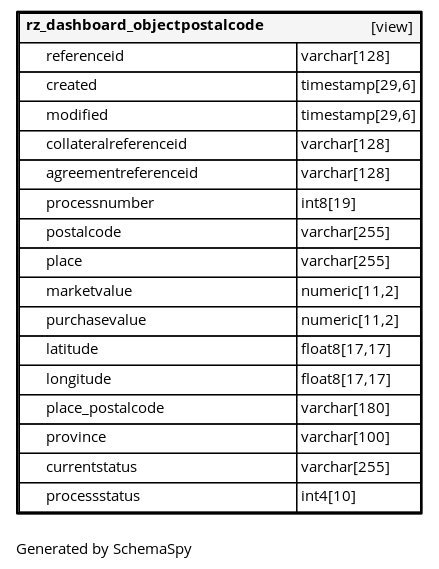
Before: db_standardzone_version01/diagrams/tables/rz_dashboard_objectpostalcode.1degree.png, a diagram exported from Graphviz (fyndoo/fyndoo.github.io). Its source is kept beside it as db_standardzone_version01/diagrams/tables/rz_dashboard_objectpostalcode.1degree.dot. Its diagram source:
```dot
digraph "oneDegreeRelationshipsDiagram" {
  graph [
    rankdir="RL"
    bgcolor="#ffffff"
    label="\nGenerated by SchemaSpy"
    labeljust="l"
    nodesep="0.18"
    ranksep="0.46"
    fontname="Helvetica"
    fontsize="11"
    ration="compress"
  ];
  node [
    fontname="Helvetica"
    fontsize="11"
    shape="plaintext"
  ];
  edge [
    arrowsize="0.8"
  ];
  "rz_dashboard_objectpostalcode" [
   label=<
    <TABLE BORDER="2" CELLBORDER="1" CELLSPACING="0" BGCOLOR="#ffffff">
      <TR><TD COLSPAN="4"  BGCOLOR="#f5f5f5"><TABLE BORDER="0" CELLSPACING="0"><TR><TD ALIGN="LEFT" FIXEDSIZE="TRUE" WIDTH="187" HEIGHT="16"><B>rz_dashboard_objectpostalcode</B></TD><TD ALIGN="RIGHT">[view]</TD></TR></TABLE></TD></TR>
      <TR><TD PORT="referenceid" COLSPAN="2" ALIGN="LEFT"><TABLE BORDER="0" CELLSPACING="0" ALIGN="LEFT"><TR ALIGN="LEFT"><TD ALIGN="LEFT" FIXEDSIZE="TRUE" WIDTH="15" HEIGHT="16"></TD><TD ALIGN="LEFT" FIXEDSIZE="TRUE" WIDTH="187" HEIGHT="16">referenceid</TD></TR></TABLE></TD><TD PORT="referenceid.type" ALIGN="LEFT">varchar[128]</TD></TR>
      <TR><TD PORT="created" COLSPAN="2" ALIGN="LEFT"><TABLE BORDER="0" CELLSPACING="0" ALIGN="LEFT"><TR ALIGN="LEFT"><TD ALIGN="LEFT" FIXEDSIZE="TRUE" WIDTH="15" HEIGHT="16"></TD><TD ALIGN="LEFT" FIXEDSIZE="TRUE" WIDTH="187" HEIGHT="16">created</TD></TR></TABLE></TD><TD PORT="created.type" ALIGN="LEFT">timestamp[29,6]</TD></TR>
      <TR><TD PORT="modified" COLSPAN="2" ALIGN="LEFT"><TABLE BORDER="0" CELLSPACING="0" ALIGN="LEFT"><TR ALIGN="LEFT"><TD ALIGN="LEFT" FIXEDSIZE="TRUE" WIDTH="15" HEIGHT="16"></TD><TD ALIGN="LEFT" FIXEDSIZE="TRUE" WIDTH="187" HEIGHT="16">modified</TD></TR></TABLE></TD><TD PORT="modified.type" ALIGN="LEFT">timestamp[29,6]</TD></TR>
      <TR><TD PORT="collateralreferenceid" COLSPAN="2" ALIGN="LEFT"><TABLE BORDER="0" CELLSPACING="0" ALIGN="LEFT"><TR ALIGN="LEFT"><TD ALIGN="LEFT" FIXEDSIZE="TRUE" WIDTH="15" HEIGHT="16"></TD><TD ALIGN="LEFT" FIXEDSIZE="TRUE" WIDTH="187" HEIGHT="16">collateralreferenceid</TD></TR></TABLE></TD><TD PORT="collateralreferenceid.type" ALIGN="LEFT">varchar[128]</TD></TR>
      <TR><TD PORT="agreementreferenceid" COLSPAN="2" ALIGN="LEFT"><TABLE BORDER="0" CELLSPACING="0" ALIGN="LEFT"><TR ALIGN="LEFT"><TD ALIGN="LEFT" FIXEDSIZE="TRUE" WIDTH="15" HEIGHT="16"></TD><TD ALIGN="LEFT" FIXEDSIZE="TRUE" WIDTH="187" HEIGHT="16">agreementreferenceid</TD></TR></TABLE></TD><TD PORT="agreementreferenceid.type" ALIGN="LEFT">varchar[128]</TD></TR>
      <TR><TD PORT="processnumber" COLSPAN="2" ALIGN="LEFT"><TABLE BORDER="0" CELLSPACING="0" ALIGN="LEFT"><TR ALIGN="LEFT"><TD ALIGN="LEFT" FIXEDSIZE="TRUE" WIDTH="15" HEIGHT="16"></TD><TD ALIGN="LEFT" FIXEDSIZE="TRUE" WIDTH="187" HEIGHT="16">processnumber</TD></TR></TABLE></TD><TD PORT="processnumber.type" ALIGN="LEFT">int8[19]</TD></TR>
      <TR><TD PORT="postalcode" COLSPAN="2" ALIGN="LEFT"><TABLE BORDER="0" CELLSPACING="0" ALIGN="LEFT"><TR ALIGN="LEFT"><TD ALIGN="LEFT" FIXEDSIZE="TRUE" WIDTH="15" HEIGHT="16"></TD><TD ALIGN="LEFT" FIXEDSIZE="TRUE" WIDTH="187" HEIGHT="16">postalcode</TD></TR></TABLE></TD><TD PORT="postalcode.type" ALIGN="LEFT">varchar[255]</TD></TR>
      <TR><TD PORT="place" COLSPAN="2" ALIGN="LEFT"><TABLE BORDER="0" CELLSPACING="0" ALIGN="LEFT"><TR ALIGN="LEFT"><TD ALIGN="LEFT" FIXEDSIZE="TRUE" WIDTH="15" HEIGHT="16"></TD><TD ALIGN="LEFT" FIXEDSIZE="TRUE" WIDTH="187" HEIGHT="16">place</TD></TR></TABLE></TD><TD PORT="place.type" ALIGN="LEFT">varchar[255]</TD></TR>
      <TR><TD PORT="marketvalue" COLSPAN="2" ALIGN="LEFT"><TABLE BORDER="0" CELLSPACING="0" ALIGN="LEFT"><TR ALIGN="LEFT"><TD ALIGN="LEFT" FIXEDSIZE="TRUE" WIDTH="15" HEIGHT="16"></TD><TD ALIGN="LEFT" FIXEDSIZE="TRUE" WIDTH="187" HEIGHT="16">marketvalue</TD></TR></TABLE></TD><TD PORT="marketvalue.type" ALIGN="LEFT">numeric[11,2]</TD></TR>
      <TR><TD PORT="purchasevalue" COLSPAN="2" ALIGN="LEFT"><TABLE BORDER="0" CELLSPACING="0" ALIGN="LEFT"><TR ALIGN="LEFT"><TD ALIGN="LEFT" FIXEDSIZE="TRUE" WIDTH="15" HEIGHT="16"></TD><TD ALIGN="LEFT" FIXEDSIZE="TRUE" WIDTH="187" HEIGHT="16">purchasevalue</TD></TR></TABLE></TD><TD PORT="purchasevalue.type" ALIGN="LEFT">numeric[11,2]</TD></TR>
      <TR><TD PORT="latitude" COLSPAN="2" ALIGN="LEFT"><TABLE BORDER="0" CELLSPACING="0" ALIGN="LEFT"><TR ALIGN="LEFT"><TD ALIGN="LEFT" FIXEDSIZE="TRUE" WIDTH="15" HEIGHT="16"></TD><TD ALIGN="LEFT" FIXEDSIZE="TRUE" WIDTH="187" HEIGHT="16">latitude</TD></TR></TABLE></TD><TD PORT="latitude.type" ALIGN="LEFT">float8[17,17]</TD></TR>
      <TR><TD PORT="longitude" COLSPAN="2" ALIGN="LEFT"><TABLE BORDER="0" CELLSPACING="0" ALIGN="LEFT"><TR ALIGN="LEFT"><TD ALIGN="LEFT" FIXEDSIZE="TRUE" WIDTH="15" HEIGHT="16"></TD><TD ALIGN="LEFT" FIXEDSIZE="TRUE" WIDTH="187" HEIGHT="16">longitude</TD></TR></TABLE></TD><TD PORT="longitude.type" ALIGN="LEFT">float8[17,17]</TD></TR>
      <TR><TD PORT="place_postalcode" COLSPAN="2" ALIGN="LEFT"><TABLE BORDER="0" CELLSPACING="0" ALIGN="LEFT"><TR ALIGN="LEFT"><TD ALIGN="LEFT" FIXEDSIZE="TRUE" WIDTH="15" HEIGHT="16"></TD><TD ALIGN="LEFT" FIXEDSIZE="TRUE" WIDTH="187" HEIGHT="16">place_postalcode</TD></TR></TABLE></TD><TD PORT="place_postalcode.type" ALIGN="LEFT">varchar[180]</TD></TR>
      <TR><TD PORT="province" COLSPAN="2" ALIGN="LEFT"><TABLE BORDER="0" CELLSPACING="0" ALIGN="LEFT"><TR ALIGN="LEFT"><TD ALIGN="LEFT" FIXEDSIZE="TRUE" WIDTH="15" HEIGHT="16"></TD><TD ALIGN="LEFT" FIXEDSIZE="TRUE" WIDTH="187" HEIGHT="16">province</TD></TR></TABLE></TD><TD PORT="province.type" ALIGN="LEFT">varchar[100]</TD></TR>
      <TR><TD PORT="currentstatus" COLSPAN="2" ALIGN="LEFT"><TABLE BORDER="0" CELLSPACING="0" ALIGN="LEFT"><TR ALIGN="LEFT"><TD ALIGN="LEFT" FIXEDSIZE="TRUE" WIDTH="15" HEIGHT="16"></TD><TD ALIGN="LEFT" FIXEDSIZE="TRUE" WIDTH="187" HEIGHT="16">currentstatus</TD></TR></TABLE></TD><TD PORT="currentstatus.type" ALIGN="LEFT">varchar[255]</TD></TR>
      <TR><TD PORT="processstatus" COLSPAN="2" ALIGN="LEFT"><TABLE BORDER="0" CELLSPACING="0" ALIGN="LEFT"><TR ALIGN="LEFT"><TD ALIGN="LEFT" FIXEDSIZE="TRUE" WIDTH="15" HEIGHT="16"></TD><TD ALIGN="LEFT" FIXEDSIZE="TRUE" WIDTH="187" HEIGHT="16">processstatus</TD></TR></TABLE></TD><TD PORT="processstatus.type" ALIGN="LEFT">int4[10]</TD></TR>
    </TABLE>>
    URL="rz_dashboard_objectpostalcode.html"
    target="_top"
    tooltip="rz_dashboard_objectpostalcode"
  ];
}
```
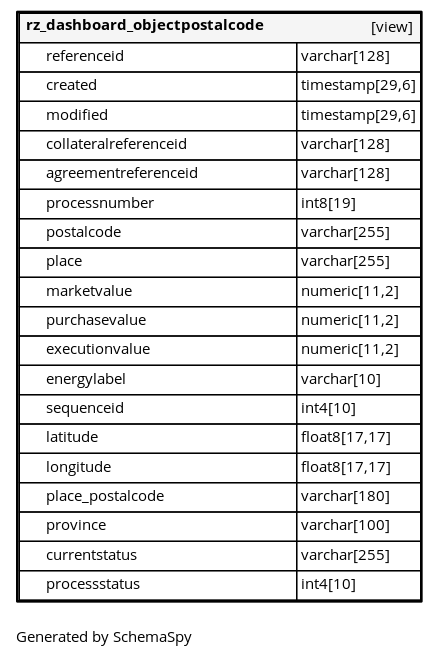
After the change.

The edit, as a diff of the source:
```diff
@@ -32,6 +32,9 @@
       <TR><TD PORT="place" COLSPAN="2" ALIGN="LEFT"><TABLE BORDER="0" CELLSPACING="0" ALIGN="LEFT"><TR ALIGN="LEFT"><TD ALIGN="LEFT" FIXEDSIZE="TRUE" WIDTH="15" HEIGHT="16"></TD><TD ALIGN="LEFT" FIXEDSIZE="TRUE" WIDTH="187" HEIGHT="16">place</TD></TR></TABLE></TD><TD PORT="place.type" ALIGN="LEFT">varchar[255]</TD></TR>
       <TR><TD PORT="marketvalue" COLSPAN="2" ALIGN="LEFT"><TABLE BORDER="0" CELLSPACING="0" ALIGN="LEFT"><TR ALIGN="LEFT"><TD ALIGN="LEFT" FIXEDSIZE="TRUE" WIDTH="15" HEIGHT="16"></TD><TD ALIGN="LEFT" FIXEDSIZE="TRUE" WIDTH="187" HEIGHT="16">marketvalue</TD></TR></TABLE></TD><TD PORT="marketvalue.type" ALIGN="LEFT">numeric[11,2]</TD></TR>
       <TR><TD PORT="purchasevalue" COLSPAN="2" ALIGN="LEFT"><TABLE BORDER="0" CELLSPACING="0" ALIGN="LEFT"><TR ALIGN="LEFT"><TD ALIGN="LEFT" FIXEDSIZE="TRUE" WIDTH="15" HEIGHT="16"></TD><TD ALIGN="LEFT" FIXEDSIZE="TRUE" WIDTH="187" HEIGHT="16">purchasevalue</TD></TR></TABLE></TD><TD PORT="purchasevalue.type" ALIGN="LEFT">numeric[11,2]</TD></TR>
+      <TR><TD PORT="executionvalue" COLSPAN="2" ALIGN="LEFT"><TABLE BORDER="0" CELLSPACING="0" ALIGN="LEFT"><TR ALIGN="LEFT"><TD ALIGN="LEFT" FIXEDSIZE="TRUE" WIDTH="15" HEIGHT="16"></TD><TD ALIGN="LEFT" FIXEDSIZE="TRUE" WIDTH="187" HEIGHT="16">executionvalue</TD></TR></TABLE></TD><TD PORT="executionvalue.type" ALIGN="LEFT">numeric[11,2]</TD></TR>
+      <TR><TD PORT="energylabel" COLSPAN="2" ALIGN="LEFT"><TABLE BORDER="0" CELLSPACING="0" ALIGN="LEFT"><TR ALIGN="LEFT"><TD ALIGN="LEFT" FIXEDSIZE="TRUE" WIDTH="15" HEIGHT="16"></TD><TD ALIGN="LEFT" FIXEDSIZE="TRUE" WIDTH="187" HEIGHT="16">energylabel</TD></TR></TABLE></TD><TD PORT="energylabel.type" ALIGN="LEFT">varchar[10]</TD></TR>
+      <TR><TD PORT="sequenceid" COLSPAN="2" ALIGN="LEFT"><TABLE BORDER="0" CELLSPACING="0" ALIGN="LEFT"><TR ALIGN="LEFT"><TD ALIGN="LEFT" FIXEDSIZE="TRUE" WIDTH="15" HEIGHT="16"></TD><TD ALIGN="LEFT" FIXEDSIZE="TRUE" WIDTH="187" HEIGHT="16">sequenceid</TD></TR></TABLE></TD><TD PORT="sequenceid.type" ALIGN="LEFT">int4[10]</TD></TR>
       <TR><TD PORT="latitude" COLSPAN="2" ALIGN="LEFT"><TABLE BORDER="0" CELLSPACING="0" ALIGN="LEFT"><TR ALIGN="LEFT"><TD ALIGN="LEFT" FIXEDSIZE="TRUE" WIDTH="15" HEIGHT="16"></TD><TD ALIGN="LEFT" FIXEDSIZE="TRUE" WIDTH="187" HEIGHT="16">latitude</TD></TR></TABLE></TD><TD PORT="latitude.type" ALIGN="LEFT">float8[17,17]</TD></TR>
       <TR><TD PORT="longitude" COLSPAN="2" ALIGN="LEFT"><TABLE BORDER="0" CELLSPACING="0" ALIGN="LEFT"><TR ALIGN="LEFT"><TD ALIGN="LEFT" FIXEDSIZE="TRUE" WIDTH="15" HEIGHT="16"></TD><TD ALIGN="LEFT" FIXEDSIZE="TRUE" WIDTH="187" HEIGHT="16">longitude</TD></TR></TABLE></TD><TD PORT="longitude.type" ALIGN="LEFT">float8[17,17]</TD></TR>
       <TR><TD PORT="place_postalcode" COLSPAN="2" ALIGN="LEFT"><TABLE BORDER="0" CELLSPACING="0" ALIGN="LEFT"><TR ALIGN="LEFT"><TD ALIGN="LEFT" FIXEDSIZE="TRUE" WIDTH="15" HEIGHT="16"></TD><TD ALIGN="LEFT" FIXEDSIZE="TRUE" WIDTH="187" HEIGHT="16">place_postalcode</TD></TR></TABLE></TD><TD PORT="place_postalcode.type" ALIGN="LEFT">varchar[180]</TD></TR>
```
